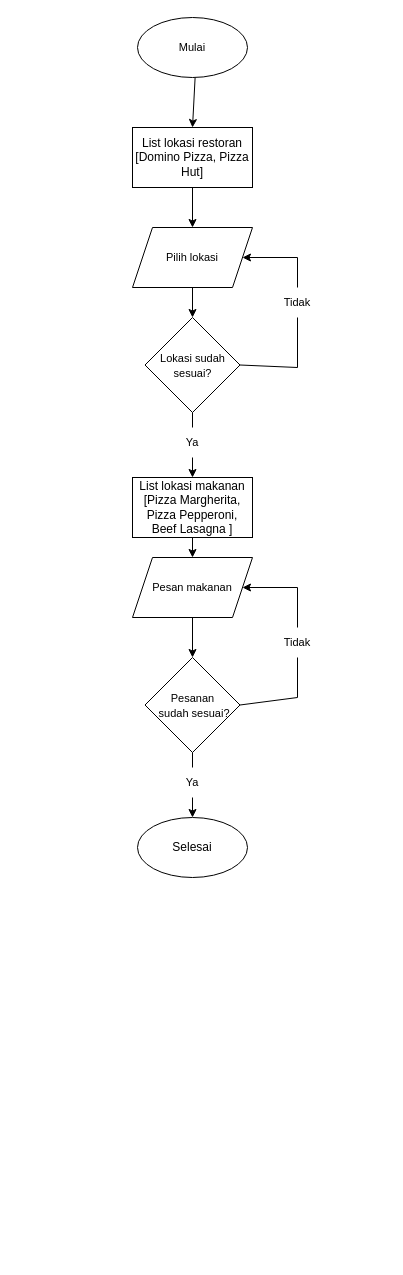
The draw.io diagram flowchart.drawio in NaufalNurFahriza/Naufal_Nur_Fahriza-Order_Food_App, before the edit. Source tidied: cells renumbered, new cells numbered last; positions are measured from the earlier drawing's top-left corner, leaving out a move shared by most shapes. Both pictures are drawn from the tidied source at 100%, with x=0, y=0 at pixel (132, 17).
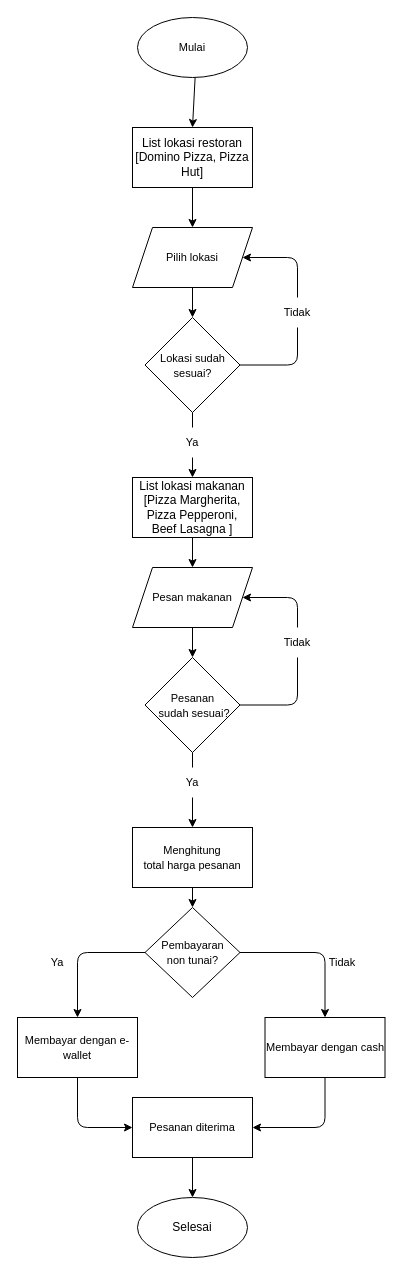
The same page after the edit.

Commit message:
pengkodisian metode pembayaran

The change refers to these unchanged cells:
```xml
<mxCell id="6" value="&lt;font style=&quot;font-size: 11px&quot;&gt;Pilih lokasi&lt;/font&gt;" style="shape=parallelogram;perimeter=parallelogramPerimeter;whiteSpace=wrap;html=1;fixedSize=1;" parent="1" vertex="1">
  <mxGeometry y="210" width="120" height="60" as="geometry" />
</mxCell>
<mxCell id="7" value="&lt;font style=&quot;font-size: 11px&quot;&gt;Lokasi sudah sesuai?&lt;/font&gt;" style="rhombus;whiteSpace=wrap;html=1;" parent="1" vertex="1">
  <mxGeometry x="12.5" y="300" width="95" height="95" as="geometry" />
</mxCell>
<mxCell id="20" value="&lt;font style=&quot;font-size: 11px&quot;&gt;Pesanan&lt;br&gt;&amp;nbsp;sudah sesuai?&lt;/font&gt;" style="rhombus;whiteSpace=wrap;html=1;" parent="1" vertex="1">
  <mxGeometry x="12.5" y="640" width="95" height="95" as="geometry" />
</mxCell>
<mxCell id="24" value="&lt;font style=&quot;font-size: 11px&quot;&gt;Tidak&lt;/font&gt;" style="text;html=1;strokeColor=none;fillColor=none;align=center;verticalAlign=middle;whiteSpace=wrap;rounded=0;" parent="1" vertex="1">
  <mxGeometry x="135" y="610" width="60" height="30" as="geometry" />
</mxCell>
<mxCell id="26" value="&lt;font style=&quot;font-size: 11px&quot;&gt;Ya&lt;/font&gt;" style="text;html=1;strokeColor=none;fillColor=none;align=center;verticalAlign=middle;whiteSpace=wrap;rounded=0;" parent="1" vertex="1">
  <mxGeometry x="30" y="750" width="60" height="30" as="geometry" />
</mxCell>
```

What changed in the source:
```diff
@@
     <mxCell id="4" value="Selesai" style="ellipse;whiteSpace=wrap;html=1;" parent="1" vertex="1">
-      <mxGeometry x="5" y="800" width="110" height="60" as="geometry" />
+      <mxGeometry x="5" y="1180" width="110" height="60" as="geometry" />
     </mxCell>
@@
-    <mxCell id="8" style="endArrow=none;html=1;exitX=1;exitY=0.5;exitDx=0;exitDy=0;" parent="1" edge="1" source="7">
-      <mxGeometry relative="1" as="geometry">
-        <mxPoint x="165" y="350" as="targetPoint" />
-      </mxGeometry>
-    </mxCell>
-    <mxCell id="9" style="endArrow=none;html=1;startArrow=none;" parent="1" edge="1" source="11">
-      <mxGeometry relative="1" as="geometry">
-        <mxPoint x="165" y="240" as="targetPoint" />
-      </mxGeometry>
-    </mxCell>
-    <mxCell id="10" style="endArrow=classic;html=1;entryX=1;entryY=0.5;entryDx=0;entryDy=0;" parent="1" edge="1" target="6">
-      <mxGeometry relative="1" as="geometry">
-        <mxPoint x="165" y="240" as="sourcePoint" />
-      </mxGeometry>
-    </mxCell>
     <mxCell id="11" value="&lt;font style=&quot;font-size: 11px&quot;&gt;Tidak&lt;/font&gt;" style="text;html=1;strokeColor=none;fillColor=none;align=center;verticalAlign=middle;whiteSpace=wrap;rounded=0;" parent="1" vertex="1">
-      <mxGeometry x="135" y="270" width="60" height="30" as="geometry" />
+      <mxGeometry x="135" y="280" width="60" height="30" as="geometry" />
     </mxCell>
-    <mxCell id="12" style="endArrow=none;html=1;" parent="1" edge="1" target="11">
-      <mxGeometry relative="1" as="geometry">
-        <mxPoint x="165" y="350" as="sourcePoint" />
-      </mxGeometry>
-    </mxCell>
@@
     <mxCell id="18" value="&lt;font style=&quot;font-size: 11px&quot;&gt;Pesan makanan&lt;/font&gt;" style="shape=parallelogram;perimeter=parallelogramPerimeter;whiteSpace=wrap;html=1;fixedSize=1;" parent="1" vertex="1">
-      <mxGeometry y="540" width="120" height="60" as="geometry" />
+      <mxGeometry y="550" width="120" height="60" as="geometry" />
     </mxCell>
-    <mxCell id="19" style="edgeStyle=none;html=1;fontSize=11;startArrow=none;" parent="1" edge="1" source="26" target="4">
-      <mxGeometry relative="1" as="geometry" />
-    </mxCell>
@@
-    <mxCell id="21" style="endArrow=none;html=1;exitX=1;exitY=0.5;exitDx=0;exitDy=0;" parent="1" edge="1" source="20">
-      <mxGeometry relative="1" as="geometry">
-        <mxPoint x="165" y="680" as="targetPoint" />
-      </mxGeometry>
-    </mxCell>
-    <mxCell id="22" style="endArrow=none;html=1;startArrow=none;" parent="1" edge="1" source="24">
-      <mxGeometry relative="1" as="geometry">
-        <mxPoint x="165" y="570" as="targetPoint" />
-      </mxGeometry>
-    </mxCell>
-    <mxCell id="23" style="endArrow=classic;html=1;entryX=1;entryY=0.5;entryDx=0;entryDy=0;" parent="1" edge="1">
-      <mxGeometry relative="1" as="geometry">
-        <mxPoint x="165" y="570" as="sourcePoint" />
-        <mxPoint x="110" y="570" as="targetPoint" />
-      </mxGeometry>
-    </mxCell>
@@
-    <mxCell id="25" style="endArrow=none;html=1;" parent="1" edge="1" target="24">
-      <mxGeometry relative="1" as="geometry">
-        <mxPoint x="165" y="680" as="sourcePoint" />
-      </mxGeometry>
-    </mxCell>
+    <mxCell id="31" style="edgeStyle=none;html=1;" parent="1" edge="1" source="26" target="33">
+      <mxGeometry relative="1" as="geometry" />
+    </mxCell>
@@
+    <mxCell id="32" style="edgeStyle=none;html=1;fontSize=11;" parent="1" edge="1" source="33" target="34">
+      <mxGeometry relative="1" as="geometry" />
+    </mxCell>
+    <mxCell id="33" value="&lt;font style=&quot;font-size: 11px&quot;&gt;Menghitung&lt;br&gt;total harga pesanan&lt;/font&gt;" style="rounded=0;whiteSpace=wrap;html=1;" parent="1" vertex="1">
+      <mxGeometry y="810" width="120" height="60" as="geometry" />
+    </mxCell>
+    <mxCell id="34" value="&lt;span style=&quot;font-size: 11px&quot;&gt;Pembayaran &lt;br&gt;non tunai?&lt;/span&gt;" style="rhombus;whiteSpace=wrap;html=1;" parent="1" vertex="1">
+      <mxGeometry x="12.5" y="890" width="95" height="90" as="geometry" />
+    </mxCell>
+    <mxCell id="35" value="&lt;span style=&quot;font-size: 11px&quot;&gt;Membayar dengan e-wallet&lt;/span&gt;" style="rounded=0;whiteSpace=wrap;html=1;" parent="1" vertex="1">
+      <mxGeometry x="-115" y="1000" width="120" height="60" as="geometry" />
+    </mxCell>
+    <mxCell id="36" value="&lt;span style=&quot;font-size: 11px&quot;&gt;Membayar dengan cash&lt;/span&gt;" style="rounded=0;whiteSpace=wrap;html=1;" parent="1" vertex="1">
+      <mxGeometry x="132.5" y="1000" width="120" height="60" as="geometry" />
+    </mxCell>
+    <mxCell id="37" style="edgeStyle=none;html=1;fontSize=11;startArrow=none;startFill=0;endArrow=classic;endFill=1;" parent="1" edge="1" source="38" target="4">
+      <mxGeometry relative="1" as="geometry" />
+    </mxCell>
+    <mxCell id="38" value="&lt;span style=&quot;font-size: 11px&quot;&gt;Pesanan diterima&lt;/span&gt;" style="rounded=0;whiteSpace=wrap;html=1;" parent="1" vertex="1">
+      <mxGeometry y="1080" width="120" height="60" as="geometry" />
+    </mxCell>
+    <mxCell id="39" style="edgeStyle=segmentEdgeStyle;endArrow=classic;html=1;fontSize=11;exitX=1;exitY=0.5;exitDx=0;exitDy=0;entryX=0.5;entryY=0;entryDx=0;entryDy=0;" parent="1" edge="1" source="34" target="36">
+      <mxGeometry relative="1" as="geometry" />
+    </mxCell>
+    <mxCell id="40" style="edgeStyle=segmentEdgeStyle;endArrow=classic;html=1;fontSize=11;entryX=0.5;entryY=0;entryDx=0;entryDy=0;exitX=0;exitY=0.5;exitDx=0;exitDy=0;" parent="1" edge="1" source="34" target="35">
+      <mxGeometry relative="1" as="geometry" />
+    </mxCell>
+    <mxCell id="41" style="edgeStyle=segmentEdgeStyle;endArrow=none;html=1;fontSize=11;exitX=1;exitY=0.5;exitDx=0;exitDy=0;entryX=0.5;entryY=1;entryDx=0;entryDy=0;endFill=0;" parent="1" edge="1" source="20" target="24">
+      <mxGeometry relative="1" as="geometry" />
+    </mxCell>
+    <mxCell id="42" style="edgeStyle=segmentEdgeStyle;endArrow=none;html=1;fontSize=11;exitX=1;exitY=0.5;exitDx=0;exitDy=0;endFill=0;startArrow=classic;startFill=1;" parent="1" edge="1" source="18" target="24">
+      <mxGeometry relative="1" as="geometry" />
+    </mxCell>
+    <mxCell id="43" style="edgeStyle=segmentEdgeStyle;endArrow=none;html=1;fontSize=11;entryX=0.5;entryY=1;entryDx=0;entryDy=0;exitX=1;exitY=0.5;exitDx=0;exitDy=0;endFill=0;" parent="1" edge="1" source="7" target="11">
+      <mxGeometry relative="1" as="geometry" />
+    </mxCell>
+    <mxCell id="44" style="edgeStyle=segmentEdgeStyle;endArrow=none;html=1;fontSize=11;exitX=1;exitY=0.5;exitDx=0;exitDy=0;entryX=0.5;entryY=0;entryDx=0;entryDy=0;endFill=0;startArrow=classic;startFill=1;" parent="1" edge="1" source="6" target="11">
+      <mxGeometry relative="1" as="geometry" />
+    </mxCell>
+    <mxCell id="45" style="edgeStyle=segmentEdgeStyle;endArrow=none;html=1;fontSize=11;exitX=0;exitY=0.5;exitDx=0;exitDy=0;startArrow=classic;startFill=1;endFill=0;" parent="1" edge="1" source="38" target="35">
+      <mxGeometry relative="1" as="geometry" />
+    </mxCell>
+    <mxCell id="46" style="edgeStyle=segmentEdgeStyle;endArrow=none;html=1;fontSize=11;exitX=1;exitY=0.5;exitDx=0;exitDy=0;entryX=0.5;entryY=1;entryDx=0;entryDy=0;startArrow=classic;startFill=1;endFill=0;" parent="1" edge="1" source="38" target="36">
+      <mxGeometry relative="1" as="geometry" />
+    </mxCell>
+    <mxCell id="47" value="Tidak" style="text;html=1;strokeColor=none;fillColor=none;align=center;verticalAlign=middle;whiteSpace=wrap;rounded=0;fontSize=11;" parent="1" vertex="1">
+      <mxGeometry x="180" y="930" width="60" height="30" as="geometry" />
+    </mxCell>
+    <mxCell id="48" value="Ya" style="text;html=1;strokeColor=none;fillColor=none;align=center;verticalAlign=middle;whiteSpace=wrap;rounded=0;fontSize=11;" parent="1" vertex="1">
+      <mxGeometry x="-105" y="930" width="60" height="30" as="geometry" />
+    </mxCell>
```
